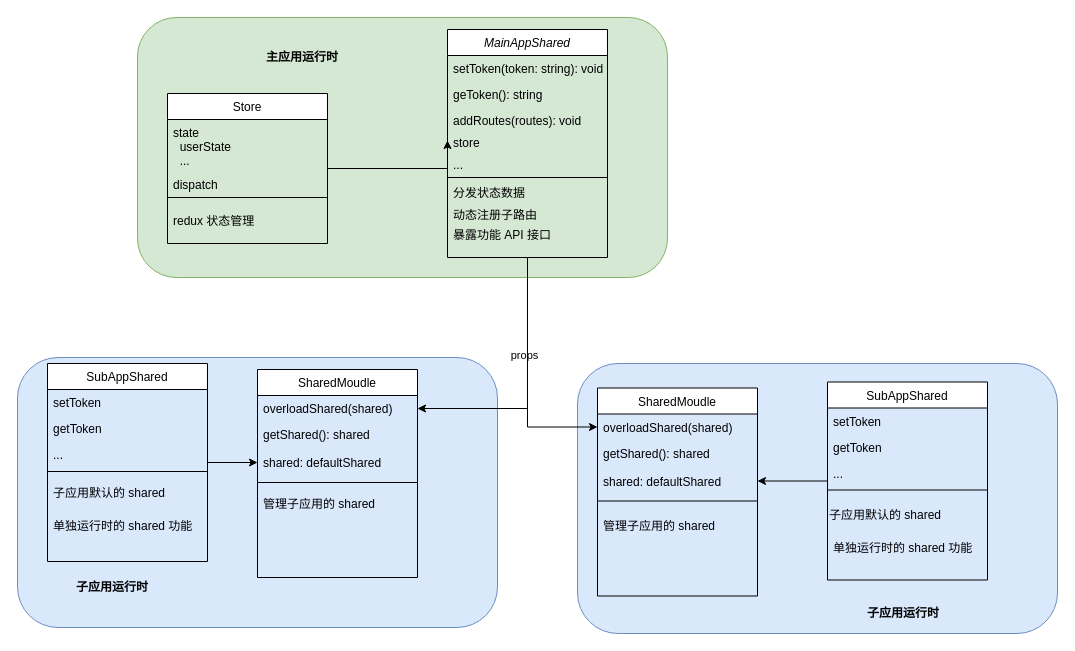
sfyr111/draw keeps this draw.io diagram as 未命名绘图.drawio. Above is the earlier version. Source tidied: cells renumbered, new cells numbered last; positions are measured from the earlier drawing's top-left corner, leaving out a move shared by most shapes. Both pictures are drawn from the tidied source at 100%, with x=0, y=0 at pixel (17, 17).
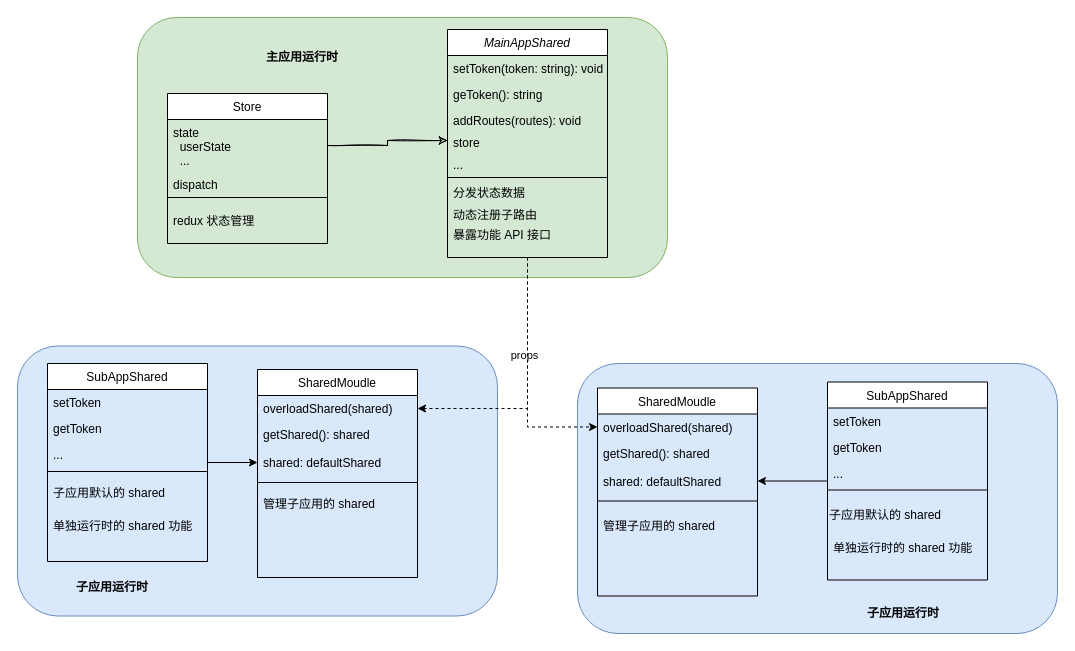
Above is the later version.

Commit message (it also covers changes not shown here):
更新未命名绘图.drawio

Unchanged cells that the change refers to:
```xml
<mxCell id="6" value="MainAppShared" style="swimlane;fontStyle=2;align=center;verticalAlign=top;horizontal=1;startSize=26;rounded=0;shadow=0;strokeWidth=1;" parent="1" vertex="1">
  <mxGeometry x="430" y="12" width="160" height="228" as="geometry" />
</mxCell>
<mxCell id="10" value="store" style="text;align=left;verticalAlign=top;spacingLeft=4;spacingRight=4;overflow=hidden;points=[[0,0.5],[1,0.5]];portConstraint=eastwest;rounded=0;shadow=0;html=0;" parent="6" vertex="1">
  <mxGeometry y="100" width="160" height="22" as="geometry" />
</mxCell>
<mxCell id="14" value="overloadShared(shared)" style="text;align=left;verticalAlign=top;spacingLeft=4;spacingRight=4;overflow=hidden;points=[[0,0.5],[1,0.5]];portConstraint=eastwest;" parent="13" vertex="1">
  <mxGeometry y="26" width="160" height="26" as="geometry" />
</mxCell>
<mxCell id="25" value="Store" style="swimlane;fontStyle=0;align=center;verticalAlign=top;horizontal=1;startSize=26;rounded=0;shadow=0;strokeWidth=1;" parent="1" vertex="1">
  <mxGeometry x="150" y="76" width="160" height="150" as="geometry" />
</mxCell>
<mxCell id="26" value="state&#10;  userState&#10;  ..." style="text;align=left;verticalAlign=top;spacingLeft=4;spacingRight=4;overflow=hidden;points=[[0,0.5],[1,0.5]];portConstraint=eastwest;rounded=0;shadow=0;html=0;" parent="25" vertex="1">
  <mxGeometry y="26" width="160" height="52" as="geometry" />
</mxCell>
<mxCell id="33" value="overloadShared(shared)" style="text;align=left;verticalAlign=top;spacingLeft=4;spacingRight=4;overflow=hidden;points=[[0,0.5],[1,0.5]];portConstraint=eastwest;" parent="32" vertex="1">
  <mxGeometry y="26" width="160" height="26" as="geometry" />
</mxCell>
```

Change to the diagram source:
```diff
@@
     <mxCell id="2" style="rounded=1;whiteSpace=wrap;html=1;align=left;fillColor=#dae8fc;strokeColor=#6c8ebf;" parent="1" vertex="1">
-      <mxGeometry y="340" width="480" height="270" as="geometry" />
+      <mxGeometry y="328.5" width="480" height="270" as="geometry" />
     </mxCell>
@@
-    <mxCell id="4" style="edgeStyle=orthogonalEdgeStyle;rounded=0;jettySize=auto;html=1;" parent="1" edge="1" source="6" target="14">
+    <mxCell id="4" style="edgeStyle=orthogonalEdgeStyle;rounded=0;jettySize=auto;html=1;dashed=1;" parent="1" edge="1" source="6" target="14">
       <mxGeometry relative="1" as="geometry" />
     </mxCell>
@@
-    <mxCell id="24" style="edgeStyle=orthogonalEdgeStyle;rounded=0;jettySize=auto;html=1;entryX=0;entryY=0.5;entryDx=0;entryDy=0;" parent="1" edge="1" source="25" target="10">
-      <mxGeometry relative="1" as="geometry">
-        <Array as="points">
-          <mxPoint x="310" y="100" />
-          <mxPoint x="310" y="151" />
-        </Array>
-      </mxGeometry>
-    </mxCell>
@@
-    <mxCell id="44" style="edgeStyle=orthogonalEdgeStyle;rounded=0;jettySize=auto;html=1;exitX=0.5;exitY=1;exitDx=0;exitDy=0;" parent="1" edge="1" source="6" target="33">
+    <mxCell id="44" style="edgeStyle=orthogonalEdgeStyle;rounded=0;jettySize=auto;html=1;exitX=0.5;exitY=1;exitDx=0;exitDy=0;dashed=1;" parent="1" edge="1" source="6" target="33">
       <mxGeometry relative="1" as="geometry" />
     </mxCell>
@@
+    <mxCell id="55" style="edgeStyle=orthogonalEdgeStyle;rounded=0;sketch=1;jettySize=auto;html=1;" parent="1" edge="1" source="26" target="10">
+      <mxGeometry relative="1" as="geometry" />
+    </mxCell>
```
